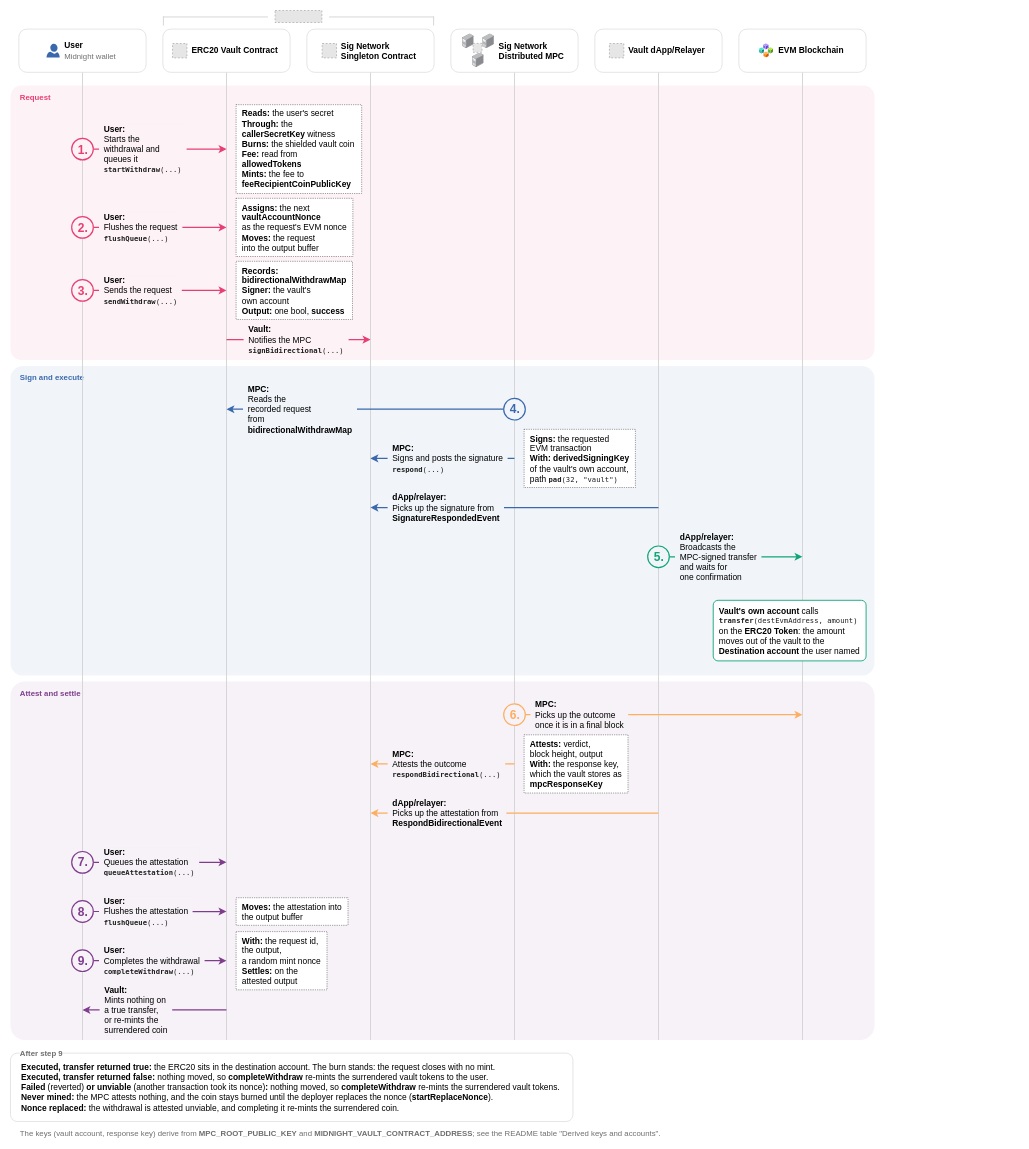
Above: examples/erc20-vault/docs/withdraw/withdraw.drawio in sig-net/midnight-examples (draw.io), before the change. Source tidied: cells renumbered, new cells numbered last; positions are measured from the earlier drawing's top-left corner, leaving out a move shared by most shapes. Both pictures are drawn from the tidied source at 60%, with x=0, y=0 at pixel (10, 10). Pictures stored in the file or linked from it are replaced by grey dashed boxes.
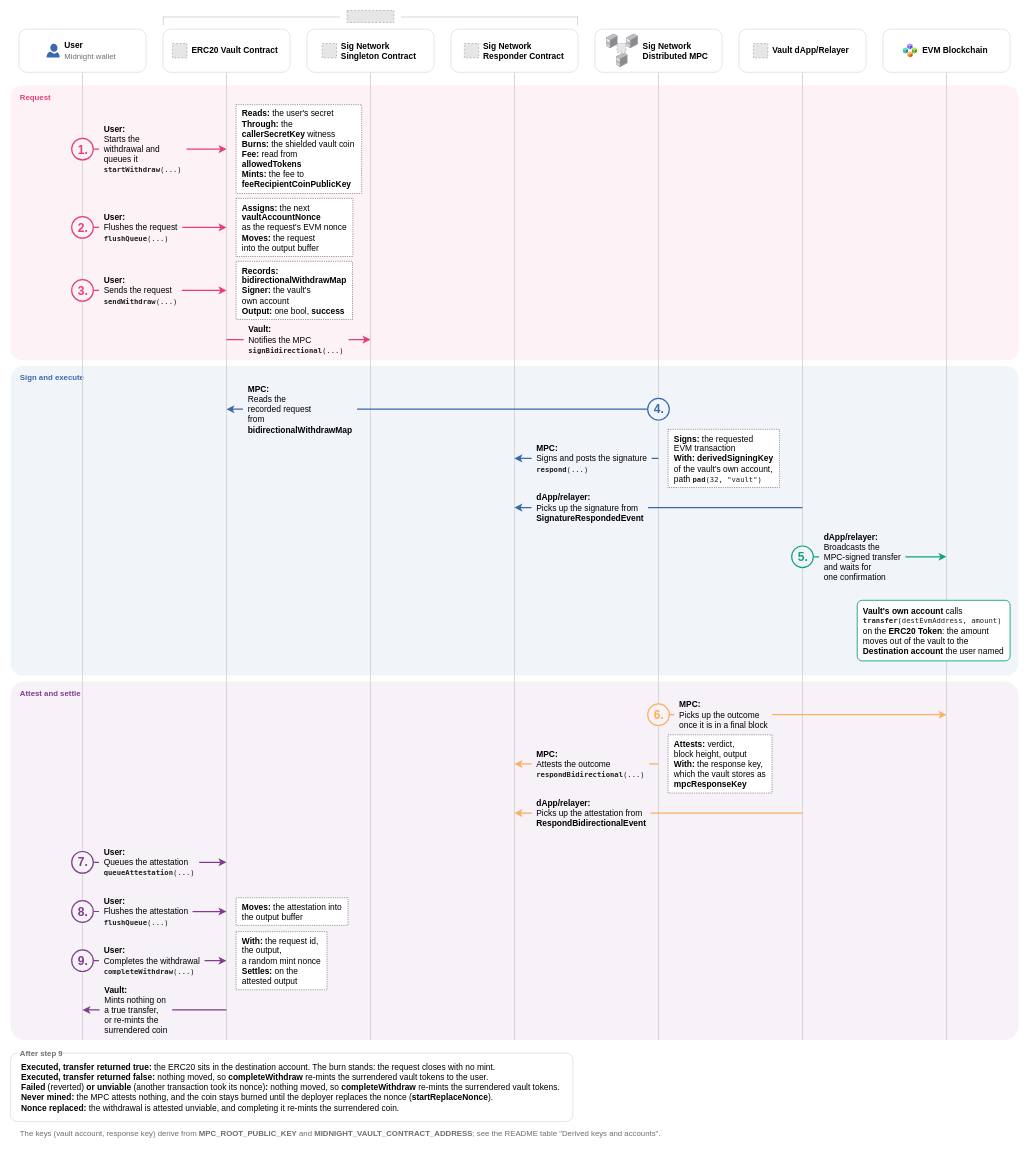
Above is the later version.

Unchanged cells that the change refers to:
```xml
<mxCell id="17" style="rounded=0;html=1;fillColor=#D3D3D3;strokeColor=none;" parent="1" vertex="1">
  <mxGeometry x="599.2" y="103" width="1.5" height="1612.7" as="geometry" />
</mxCell>
<mxCell id="59" style="exitX=0;exitY=0.50000;exitDx=0;exitDy=0;entryX=0.5;entryY=0.3481689;entryDx=0;entryDy=0;html=1;strokeColor=#3969AC;rounded=1;arcSize=20;strokeWidth=2;exitPerimeter=0;entryPerimeter=0;endSize=7;" parent="1" edge="1" source="84" target="13">
  <mxGeometry relative="1" as="geometry" />
</mxCell>
```

Diff of the diagram source:
```diff
@@
     <mxCell id="2" style="rounded=1;arcSize=4;absoluteArcSize=0;whiteSpace=wrap;html=1;fillColor=#FDF2F5;strokeColor=none;" parent="1" vertex="1">
-      <mxGeometry y="125" width="1440" height="457.5" as="geometry" />
+      <mxGeometry y="125" width="1680" height="457.5" as="geometry" />
     </mxCell>
@@
     <mxCell id="4" style="rounded=1;arcSize=4;absoluteArcSize=0;whiteSpace=wrap;html=1;fillColor=#F1F5FA;strokeColor=none;" parent="1" vertex="1">
-      <mxGeometry y="592.5" width="1440" height="516" as="geometry" />
+      <mxGeometry y="592.5" width="1680" height="516" as="geometry" />
     </mxCell>
@@
     <mxCell id="6" style="rounded=1;arcSize=4;absoluteArcSize=0;whiteSpace=wrap;html=1;fillColor=#F6F2F7;strokeColor=none;" parent="1" vertex="1">
-      <mxGeometry y="1118.5" width="1440" height="597.2" as="geometry" />
+      <mxGeometry y="1118.5" width="1680" height="597.2" as="geometry" />
     </mxCell>
@@
+    <mxCell id="91" style="rounded=0;html=1;fillColor=#D3D3D3;strokeColor=none;" parent="1" vertex="1">
+      <mxGeometry x="839.2" y="103" width="1.5" height="1612.7" as="geometry" />
+    </mxCell>
@@
+    <mxCell id="92" style="rounded=1;arcSize=18;whiteSpace=wrap;html=1;fillColor=#FFFFFF;strokeColor=#D3D3D3;" parent="1" vertex="1">
+      <mxGeometry x="734" y="31" width="212" height="72" as="geometry" />
+    </mxCell>
@@
+    <mxCell id="93" style="fillColor=#E6E6E6;strokeColor=#999999;dashed=1;labelBackgroundColor=default;verticalAlign=bottom;" parent="1" vertex="1">
+      <mxGeometry x="756.4" y="55" width="24" height="24" as="geometry" />
+    </mxCell>
@@
+    <mxCell id="94" value="&lt;b&gt;Sig Network&lt;br&gt;Responder Contract&lt;/b&gt;" style="text;html=1;align=left;verticalAlign=middle;spacing=0;fontSize=14;" parent="1" vertex="1">
+      <mxGeometry x="788.4" y="49" width="135.2" height="36" as="geometry" />
+    </mxCell>
     <mxCell id="21" style="rounded=0;html=1;fillColor=#D3D3D3;strokeColor=none;" parent="1" vertex="1">
-      <mxGeometry x="839.2" y="103" width="1.5" height="1612.7" as="geometry" />
+      <mxGeometry x="1079.2" y="103" width="1.5" height="1612.7" as="geometry" />
     </mxCell>
     <mxCell id="22" style="rounded=1;arcSize=18;whiteSpace=wrap;html=1;fillColor=#FFFFFF;strokeColor=#D3D3D3;" parent="1" vertex="1">
-      <mxGeometry x="734" y="31" width="212" height="72" as="geometry" />
+      <mxGeometry x="974" y="31" width="212" height="72" as="geometry" />
     </mxCell>
     <mxCell id="23" style="image;html=1;align=center;fontSize=12;image=img/lib/allied_telesis/computer_and_terminals/Server_Desktop.svg;verticalAlign=bottom;" parent="1" vertex="1">
-      <mxGeometry x="753.1" y="39" width="19.3" height="24.1" as="geometry" />
+      <mxGeometry x="993.1" y="39" width="19.3" height="24.1" as="geometry" />
     </mxCell>
     <mxCell id="24" style="image;html=1;align=center;fontSize=12;image=img/lib/allied_telesis/computer_and_terminals/Server_Desktop.svg;verticalAlign=bottom;" parent="1" vertex="1">
-      <mxGeometry x="786.8" y="39" width="19.3" height="24.1" as="geometry" />
+      <mxGeometry x="1026.8" y="39" width="19.3" height="24.1" as="geometry" />
     </mxCell>
     <mxCell id="25" style="image;html=1;align=center;fontSize=12;image=img/lib/allied_telesis/computer_and_terminals/Server_Desktop.svg;verticalAlign=bottom;" parent="1" vertex="1">
-      <mxGeometry x="769.7" y="70.5" width="19.3" height="24.1" as="geometry" />
+      <mxGeometry x="1009.7" y="70.5" width="19.3" height="24.1" as="geometry" />
     </mxCell>
     <mxCell id="26" style="fillColor=#E6E6E6;strokeColor=#999999;dashed=1;labelBackgroundColor=default;verticalAlign=top;" parent="1" vertex="1">
-      <mxGeometry x="771" y="54.8" width="14.9" height="14.9" as="geometry" />
+      <mxGeometry x="1011" y="54.8" width="14.9" height="14.9" as="geometry" />
     </mxCell>
     <mxCell id="27" value="&lt;b&gt;Sig Network&lt;br&gt;Distributed MPC&lt;/b&gt;" style="text;html=1;align=left;verticalAlign=middle;spacing=0;fontSize=14;" parent="1" vertex="1">
-      <mxGeometry x="814.1" y="49" width="112.9" height="36" as="geometry" />
+      <mxGeometry x="1054.1" y="49" width="112.9" height="36" as="geometry" />
     </mxCell>
     <mxCell id="28" style="rounded=0;html=1;fillColor=#D3D3D3;strokeColor=none;" parent="1" vertex="1">
-      <mxGeometry x="1079.2" y="103" width="1.5" height="1612.7" as="geometry" />
+      <mxGeometry x="1319.2" y="103" width="1.5" height="1612.7" as="geometry" />
     </mxCell>
     <mxCell id="29" style="rounded=1;arcSize=18;whiteSpace=wrap;html=1;fillColor=#FFFFFF;strokeColor=#D3D3D3;" parent="1" vertex="1">
-      <mxGeometry x="974" y="31" width="212" height="72" as="geometry" />
+      <mxGeometry x="1214" y="31" width="212" height="72" as="geometry" />
     </mxCell>
     <mxCell id="30" style="fillColor=#E6E6E6;strokeColor=#999999;dashed=1;labelBackgroundColor=default;verticalAlign=bottom;" parent="1" vertex="1">
-      <mxGeometry x="998.2" y="55" width="24" height="24" as="geometry" />
+      <mxGeometry x="1238.2" y="55" width="24" height="24" as="geometry" />
     </mxCell>
     <mxCell id="31" value="&lt;b&gt;Vault dApp/Relayer&lt;/b&gt;" style="text;html=1;align=left;verticalAlign=middle;spacing=0;fontSize=14;" parent="1" vertex="1">
-      <mxGeometry x="1030.2" y="58" width="131.6" height="18" as="geometry" />
+      <mxGeometry x="1270.2" y="58" width="131.6" height="18" as="geometry" />
     </mxCell>
     <mxCell id="32" style="rounded=0;html=1;fillColor=#D3D3D3;strokeColor=none;" parent="1" vertex="1">
-      <mxGeometry x="1319.2" y="103" width="1.5" height="1612.7" as="geometry" />
+      <mxGeometry x="1559.2" y="103" width="1.5" height="1612.7" as="geometry" />
     </mxCell>
     <mxCell id="33" style="rounded=1;arcSize=18;whiteSpace=wrap;html=1;fillColor=#FFFFFF;strokeColor=#D3D3D3;" parent="1" vertex="1">
-      <mxGeometry x="1214" y="31" width="212" height="72" as="geometry" />
+      <mxGeometry x="1454" y="31" width="212" height="72" as="geometry" />
     </mxCell>
     <mxCell id="34" style="image;html=1;align=center;fontSize=12;image=img/lib/azure2/blockchain/Consortium.svg;verticalAlign=bottom;" parent="1" vertex="1">
-      <mxGeometry x="1247.5" y="55" width="24" height="24" as="geometry" />
+      <mxGeometry x="1487.5" y="55" width="24" height="24" as="geometry" />
     </mxCell>
     <mxCell id="35" value="&lt;b&gt;EVM Blockchain&lt;/b&gt;" style="text;html=1;align=left;verticalAlign=middle;spacing=0;fontSize=14;" parent="1" vertex="1">
-      <mxGeometry x="1279.5" y="58" width="112.9" height="18" as="geometry" />
+      <mxGeometry x="1519.5" y="58" width="112.9" height="18" as="geometry" />
     </mxCell>
     <mxCell id="36" style="rounded=0;html=1;fillColor=#D3D3D3;strokeColor=none;" parent="1" vertex="1">
-      <mxGeometry x="254" y="10" width="175" height="1.5" as="geometry" />
+      <mxGeometry x="254" y="10" width="295" height="1.5" as="geometry" />
     </mxCell>
     <mxCell id="37" style="rounded=0;html=1;fillColor=#D3D3D3;strokeColor=none;" parent="1" vertex="1">
-      <mxGeometry x="531" y="10" width="175" height="1.5" as="geometry" />
+      <mxGeometry x="651" y="10" width="295" height="1.5" as="geometry" />
     </mxCell>
@@
     <mxCell id="39" style="rounded=0;html=1;fillColor=#D3D3D3;strokeColor=none;" parent="1" vertex="1">
-      <mxGeometry x="704.5" y="10" width="1.5" height="15" as="geometry" />
+      <mxGeometry x="944.5" y="10" width="1.5" height="15" as="geometry" />
     </mxCell>
     <mxCell id="40" style="fillColor=#E6E6E6;strokeColor=#999999;dashed=1;labelBackgroundColor=default;verticalAlign=bottom;" parent="1" vertex="1">
-      <mxGeometry x="441" width="78" height="20" as="geometry" />
+      <mxGeometry x="561" width="78" height="20" as="geometry" />
     </mxCell>
@@
     <mxCell id="44" value="&lt;b&gt;Signs:&lt;/b&gt; the requested&lt;br&gt;EVM transaction&lt;br&gt;&lt;b&gt;With:&lt;/b&gt; &lt;b&gt;derivedSigningKey&lt;/b&gt;&lt;br&gt;of the vault's own account,&lt;br&gt;path &lt;span style=&quot;font-family: Menlo, Monaco, 'Courier New', monospace; font-size: 12px; color: rgb(32, 32, 32);&quot;&gt;&lt;b&gt;pad&lt;/b&gt;(32, &quot;vault&quot;)&lt;/span&gt;" style="text;whiteSpace=wrap;html=1;horizontal=1;verticalAlign=middle;align=left;spacing=0;spacingLeft=10;spacingRight=6;fontSize=14;dashed=1;dashPattern=1 2;strokeColor=default;fillColor=#FFFFFF;" parent="1" vertex="1">
-      <mxGeometry x="856" y="698" width="185.5" height="97" as="geometry" />
+      <mxGeometry x="1096" y="698" width="185.5" height="97" as="geometry" />
     </mxCell>
     <mxCell id="45" value="&lt;b&gt;Attests:&lt;/b&gt; verdict,&lt;br&gt;block height, output&lt;br&gt;&lt;b&gt;With:&lt;/b&gt; the response key,&lt;br&gt;which the vault stores as&lt;br&gt;&lt;b&gt;mpcResponseKey&lt;/b&gt;" style="text;whiteSpace=wrap;html=1;horizontal=1;verticalAlign=middle;align=left;spacing=0;spacingLeft=10;spacingRight=6;fontSize=14;dashed=1;dashPattern=1 2;strokeColor=default;fillColor=#FFFFFF;" parent="1" vertex="1">
-      <mxGeometry x="856" y="1207.2" width="173.2" height="97" as="geometry" />
+      <mxGeometry x="1096" y="1207.2" width="173.2" height="97" as="geometry" />
     </mxCell>
@@
     <mxCell id="60" value="&amp;nbsp;&amp;nbsp;&lt;b&gt;MPC:&lt;/b&gt;&amp;nbsp;&amp;nbsp;&lt;br&gt;&amp;nbsp;&amp;nbsp;Reads the&amp;nbsp;&amp;nbsp;&lt;br&gt;&amp;nbsp;&amp;nbsp;recorded request&amp;nbsp;&amp;nbsp;&lt;br&gt;&amp;nbsp;&amp;nbsp;from&amp;nbsp;&amp;nbsp;&lt;br&gt;&amp;nbsp;&amp;nbsp;&lt;b&gt;bidirectionalWithdrawMap&lt;/b&gt;&amp;nbsp;&amp;nbsp;" style="edgeLabel;html=1;align=left;verticalAlign=middle;labelBackgroundColor=#F1F5FA;spacing=0;fontSize=14;" parent="59" vertex="1">
-      <mxGeometry x="0.88" relative="1" as="geometry" />
+      <mxGeometry x="0.92" relative="1" as="geometry" />
     </mxCell>
-    <mxCell id="61" style="exitX=0.5;exitY=0.39901651;exitDx=0;exitDy=0;entryX=0.5;entryY=0.39901651;entryDx=0;entryDy=0;html=1;strokeColor=#3969AC;rounded=1;arcSize=20;strokeWidth=2;exitPerimeter=0;entryPerimeter=0;endSize=7;" parent="1" edge="1" source="21" target="17">
+    <mxCell id="61" style="exitX=0.5;exitY=0.39901651;exitDx=0;exitDy=0;entryX=0.5;entryY=0.39901651;entryDx=0;entryDy=0;html=1;strokeColor=#3969AC;rounded=1;arcSize=20;strokeWidth=2;exitPerimeter=0;entryPerimeter=0;endSize=7;" parent="1" edge="1" source="21" target="91">
       <mxGeometry relative="1" as="geometry" />
     </mxCell>
@@
-    <mxCell id="63" style="exitX=0.5;exitY=0.44986412;exitDx=0;exitDy=0;entryX=0.5;entryY=0.44986412;entryDx=0;entryDy=0;html=1;strokeColor=#3969AC;rounded=1;arcSize=20;strokeWidth=2;exitPerimeter=0;entryPerimeter=0;endSize=7;" parent="1" edge="1" source="28" target="17">
+    <mxCell id="63" style="exitX=0.5;exitY=0.44986412;exitDx=0;exitDy=0;entryX=0.5;entryY=0.44986412;entryDx=0;entryDy=0;html=1;strokeColor=#3969AC;rounded=1;arcSize=20;strokeWidth=2;exitPerimeter=0;entryPerimeter=0;endSize=7;" parent="1" edge="1" source="28" target="91">
       <mxGeometry relative="1" as="geometry" />
     </mxCell>
@@
-    <mxCell id="69" style="exitX=0.5;exitY=0.71476396;exitDx=0;exitDy=0;entryX=0.5;entryY=0.71476396;entryDx=0;entryDy=0;html=1;strokeColor=#FDAE61;rounded=1;arcSize=20;strokeWidth=2;exitPerimeter=0;entryPerimeter=0;endSize=7;" parent="1" edge="1" source="21" target="17">
+    <mxCell id="69" style="exitX=0.5;exitY=0.71476396;exitDx=0;exitDy=0;entryX=0.5;entryY=0.71476396;entryDx=0;entryDy=0;html=1;strokeColor=#FDAE61;rounded=1;arcSize=20;strokeWidth=2;exitPerimeter=0;entryPerimeter=0;endSize=7;" parent="1" edge="1" source="21" target="91">
       <mxGeometry relative="1" as="geometry" />
     </mxCell>
@@
-    <mxCell id="71" style="exitX=0.5;exitY=0.76561157;exitDx=0;exitDy=0;entryX=0.5;entryY=0.76561157;entryDx=0;entryDy=0;html=1;strokeColor=#FDAE61;rounded=1;arcSize=20;strokeWidth=2;exitPerimeter=0;entryPerimeter=0;endSize=7;" parent="1" edge="1" source="28" target="17">
+    <mxCell id="71" style="exitX=0.5;exitY=0.76561157;exitDx=0;exitDy=0;entryX=0.5;entryY=0.76561157;entryDx=0;entryDy=0;html=1;strokeColor=#FDAE61;rounded=1;arcSize=20;strokeWidth=2;exitPerimeter=0;entryPerimeter=0;endSize=7;" parent="1" edge="1" source="28" target="91">
       <mxGeometry relative="1" as="geometry" />
     </mxCell>
@@
     <mxCell id="84" value="4." style="ellipse;whiteSpace=wrap;html=1;fontStyle=1;fontSize=20;spacing=0;spacingTop=-1;fillColor=#F1F5FA;spacingLeft=2;fontColor=#3969AC;strokeWidth=2;strokeColor=#3969AC;" parent="1" vertex="1">
-      <mxGeometry x="822" y="646.5" width="36" height="36" as="geometry" />
+      <mxGeometry x="1062" y="646.5" width="36" height="36" as="geometry" />
     </mxCell>
     <mxCell id="85" value="5." style="ellipse;whiteSpace=wrap;html=1;fontStyle=1;fontSize=20;spacing=0;spacingTop=-1;fillColor=#F1F5FA;spacingLeft=2;fontColor=#11A579;strokeWidth=2;strokeColor=#11A579;" parent="1" vertex="1">
-      <mxGeometry x="1062" y="892.5" width="36" height="36" as="geometry" />
+      <mxGeometry x="1302" y="892.5" width="36" height="36" as="geometry" />
     </mxCell>
     <mxCell id="86" value="&lt;b&gt;Vault's own account&lt;/b&gt; calls&lt;br&gt;&lt;span style=&quot;font-family: Menlo, Monaco, 'Courier New', monospace; font-size: 12px; color: rgb(32, 32, 32);&quot;&gt;&lt;b&gt;transfer&lt;/b&gt;(destEvmAddress, amount)&lt;/span&gt;&lt;br&gt;on the &lt;b&gt;ERC20 Token&lt;/b&gt;: the amount&lt;br&gt;moves out of the vault to the&lt;br&gt;&lt;b&gt;Destination account&lt;/b&gt; the user named" style="rounded=1;arcSize=8;whiteSpace=wrap;html=1;align=left;verticalAlign=middle;fillColor=#FFFFFF;strokeColor=#11A579;strokeWidth=1.5;spacing=0;spacingLeft=10;spacingRight=10;fontSize=14;" parent="1" vertex="1">
-      <mxGeometry x="1171.2" y="983" width="254.8" height="101" as="geometry" />
+      <mxGeometry x="1411.2" y="983" width="254.8" height="101" as="geometry" />
     </mxCell>
     <mxCell id="87" value="6." style="ellipse;whiteSpace=wrap;html=1;fontStyle=1;fontSize=20;spacing=0;spacingTop=-1;fillColor=#F6F2F7;spacingLeft=2;fontColor=#FDAE61;strokeWidth=2;strokeColor=#FDAE61;" parent="1" vertex="1">
-      <mxGeometry x="822" y="1155.7" width="36" height="36" as="geometry" />
+      <mxGeometry x="1062" y="1155.7" width="36" height="36" as="geometry" />
     </mxCell>
```
